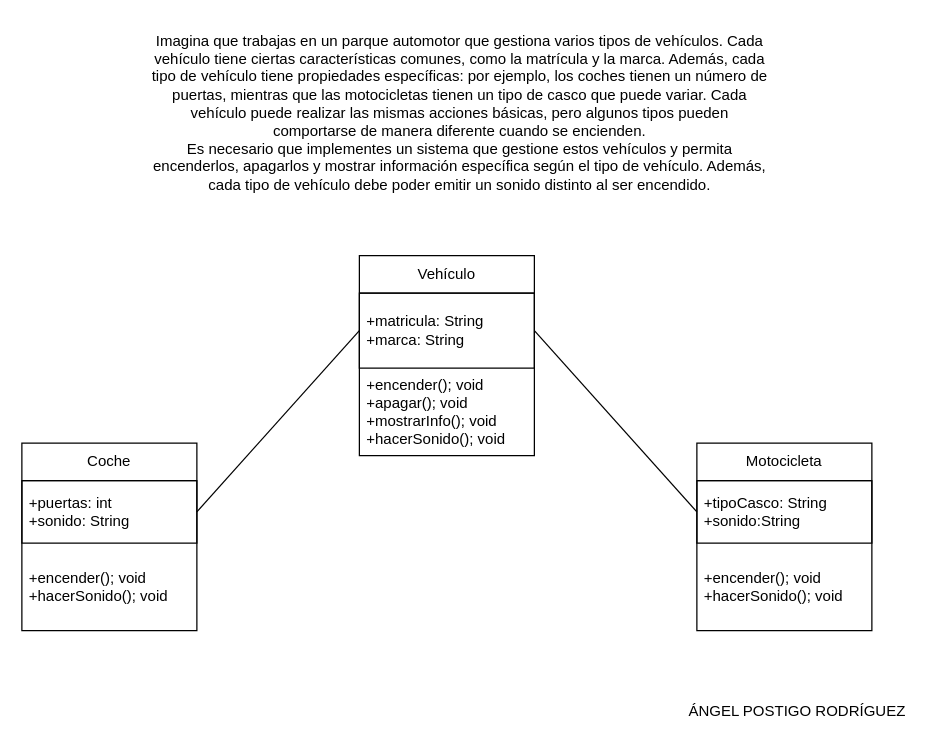
AngelPostigo27/ENTORNO-DE-DESARROLLO keeps this draw.io diagram as page "Página-1" (1 of 10) of Ej1-APR.drawio. Above is the earlier version. Source tidied: cells renumbered, new cells numbered last; positions are measured from the earlier drawing's top-left corner, leaving out a move shared by most shapes. Both pictures are drawn from the tidied source at 125%, with x=0, y=0 at pixel (21, 21).
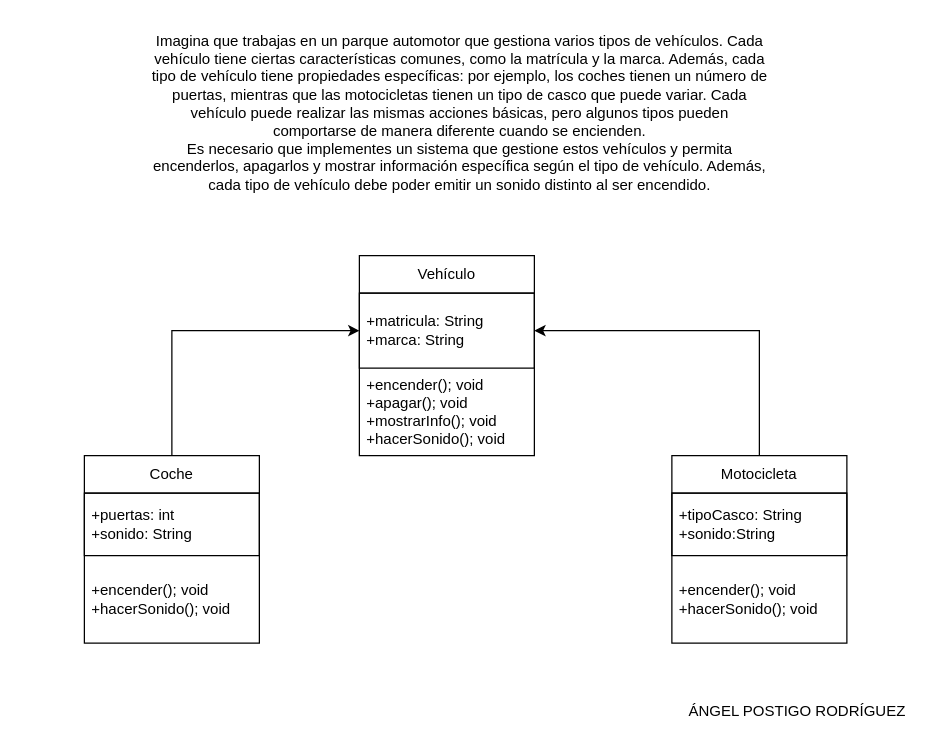
The same page after the edit.

Change to the diagram source:
```diff
@@
 <mxGraphModel>
   <root>
     <mxCell id="0" />
     <mxCell id="1" parent="0" />
     <mxCell id="2" value="Vehículo" style="swimlane;fontStyle=0;horizontal=1;startSize=30;whiteSpace=wrap;html=1;" parent="1" vertex="1">
       <mxGeometry x="270" y="187" width="140" height="160" as="geometry" />
     </mxCell>
     <mxCell id="3" value="+matricula: String&lt;div&gt;+marca: String&lt;/div&gt;" style="text;strokeColor=default;fillColor=none;align=left;verticalAlign=middle;spacingLeft=4;spacingRight=4;overflow=hidden;points=[[0,0.5],[1,0.5]];portConstraint=eastwest;whiteSpace=wrap;html=1;" parent="2" vertex="1">
       <mxGeometry y="30" width="140" height="60" as="geometry" />
     </mxCell>
     <mxCell id="4" value="+encender(); void&lt;div&gt;+apagar();&lt;span style=&quot;background-color: transparent; color: light-dark(rgb(0, 0, 0), rgb(255, 255, 255));&quot;&gt;&amp;nbsp;void&lt;/span&gt;&lt;/div&gt;&lt;div&gt;+mostrarInfo(); void&lt;span style=&quot;background-color: transparent; color: light-dark(rgb(0, 0, 0), rgb(255, 255, 255));&quot;&gt;&lt;/span&gt;&lt;/div&gt;&lt;div&gt;&lt;span style=&quot;background-color: transparent; color: light-dark(rgb(0, 0, 0), rgb(255, 255, 255));&quot;&gt;+hacerSonido(); void&lt;/span&gt;&lt;/div&gt;" style="text;strokeColor=none;fillColor=none;align=left;verticalAlign=middle;spacingLeft=4;spacingRight=4;overflow=hidden;whiteSpace=wrap;html=1;" parent="2" vertex="1">
       <mxGeometry y="90" width="140" height="70" as="geometry" />
     </mxCell>
     <mxCell id="5" value="Imagina que trabajas en un parque automotor que gestiona varios tipos de vehículos. Cada&lt;br/&gt;vehículo tiene ciertas características comunes, como la matrícula y la marca. Además, cada&lt;br/&gt;tipo de vehículo tiene propiedades específicas: por ejemplo, los coches tienen un número de&lt;br/&gt;puertas, mientras que las motocicletas tienen un tipo de casco que puede variar. Cada&lt;br/&gt;vehículo puede realizar las mismas acciones básicas, pero algunos tipos pueden&lt;br/&gt;comportarse de manera diferente cuando se encienden.&lt;br/&gt;Es necesario que implementes un sistema que gestione estos vehículos y permita&lt;br/&gt;encenderlos, apagarlos y mostrar información específica según el tipo de vehículo. Además,&lt;br/&gt;cada tipo de vehículo debe poder emitir un sonido distinto al ser encendido.&lt;div&gt;&lt;br/&gt;&lt;/div&gt;" style="text;html=1;align=center;verticalAlign=middle;strokeColor=none;fillColor=none;" parent="1" vertex="1">
       <mxGeometry x="90" width="520" height="160" as="geometry" />
     </mxCell>
+    <mxCell id="15" style="edgeStyle=orthogonalEdgeStyle;rounded=0;jettySize=auto;html=1;exitX=0.5;exitY=0;exitDx=0;exitDy=0;" parent="1" edge="1" source="6" target="3">
+      <mxGeometry relative="1" as="geometry" />
+    </mxCell>
     <mxCell id="6" value="Coche" style="swimlane;fontStyle=0;horizontal=1;startSize=30;whiteSpace=wrap;html=1;" parent="1" vertex="1">
-      <mxGeometry y="337" width="140" height="150" as="geometry" />
+      <mxGeometry x="50" y="347" width="140" height="150" as="geometry" />
     </mxCell>
     <mxCell id="7" value="+puertas: int&lt;div&gt;+sonido: String&lt;/div&gt;" style="text;strokeColor=default;fillColor=none;align=left;verticalAlign=middle;spacingLeft=4;spacingRight=4;overflow=hidden;points=[[0,0.5],[1,0.5]];portConstraint=eastwest;whiteSpace=wrap;html=1;" parent="6" vertex="1">
       <mxGeometry y="30" width="140" height="50" as="geometry" />
     </mxCell>
     <mxCell id="8" value="+encender(); void&lt;div&gt;+hacerSonido(); void&lt;/div&gt;" style="text;strokeColor=none;fillColor=none;align=left;verticalAlign=middle;spacingLeft=4;spacingRight=4;overflow=hidden;whiteSpace=wrap;html=1;" parent="6" vertex="1">
       <mxGeometry y="80" width="140" height="70" as="geometry" />
     </mxCell>
+    <mxCell id="16" style="edgeStyle=orthogonalEdgeStyle;rounded=0;jettySize=auto;html=1;exitX=0.5;exitY=0;exitDx=0;exitDy=0;entryX=1;entryY=0.5;entryDx=0;entryDy=0;" parent="1" edge="1" source="9" target="3">
+      <mxGeometry relative="1" as="geometry" />
+    </mxCell>
     <mxCell id="9" value="Motocicleta" style="swimlane;fontStyle=0;horizontal=1;startSize=30;whiteSpace=wrap;html=1;" parent="1" vertex="1">
-      <mxGeometry x="540" y="337" width="140" height="150" as="geometry" />
+      <mxGeometry x="520" y="347" width="140" height="150" as="geometry" />
     </mxCell>
     <mxCell id="10" value="+tipoCasco: String&lt;div&gt;+sonido:String&lt;/div&gt;" style="text;strokeColor=default;fillColor=none;align=left;verticalAlign=middle;spacingLeft=4;spacingRight=4;overflow=hidden;points=[[0,0.5],[1,0.5]];portConstraint=eastwest;whiteSpace=wrap;html=1;" parent="9" vertex="1">
       <mxGeometry y="30" width="140" height="50" as="geometry" />
     </mxCell>
     <mxCell id="11" value="+encender(); void&lt;div&gt;+hacerSonido(); void&lt;/div&gt;" style="text;strokeColor=none;fillColor=none;align=left;verticalAlign=middle;spacingLeft=4;spacingRight=4;overflow=hidden;whiteSpace=wrap;html=1;" parent="9" vertex="1">
       <mxGeometry y="80" width="140" height="70" as="geometry" />
     </mxCell>
-    <mxCell id="12" style="endArrow=none;html=1;rounded=0;entryX=0;entryY=0.5;entryDx=0;entryDy=0;exitX=1;exitY=0.5;exitDx=0;exitDy=0;" parent="1" edge="1" source="7" target="3">
-      <mxGeometry relative="1" as="geometry" />
-    </mxCell>
-    <mxCell id="13" style="endArrow=none;html=1;rounded=0;entryX=1;entryY=0.5;entryDx=0;entryDy=0;exitX=0;exitY=0.5;exitDx=0;exitDy=0;" parent="1" edge="1" source="10" target="3">
-      <mxGeometry relative="1" as="geometry" />
-    </mxCell>
     <mxCell id="14" value="ÁNGEL POSTIGO RODRÍGUEZ" style="text;html=1;align=center;verticalAlign=middle;strokeColor=none;fillColor=none;" parent="1" vertex="1">
       <mxGeometry x="520" y="537" width="200" height="30" as="geometry" />
     </mxCell>
   </root>
 </mxGraphModel>
```
